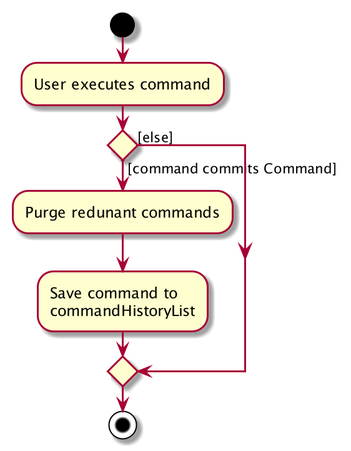
Earlier version of the PlantUML export docs/images/CommitActivityDiagram.png (nus-cs2103-AY1920S1/addressbook-level3). Its source is kept beside it as docs/diagrams/CommitActivityDiagram.puml.
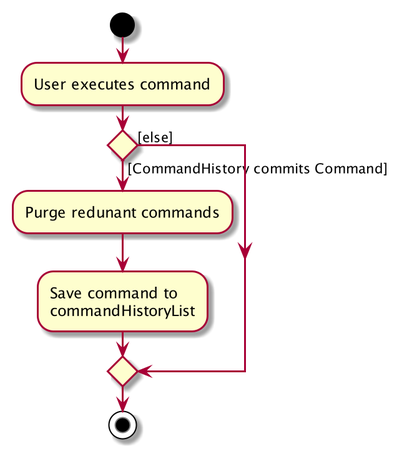
After the commit.

Change to the diagram source:
```diff
@@ -3,7 +3,7 @@
 :User executes command;
 
 
-if () then ([command commits Command])
+if () then ([CommandHistory commits Command])
     :Purge redunant commands;
     :Save command to
     commandHistoryList;
```
